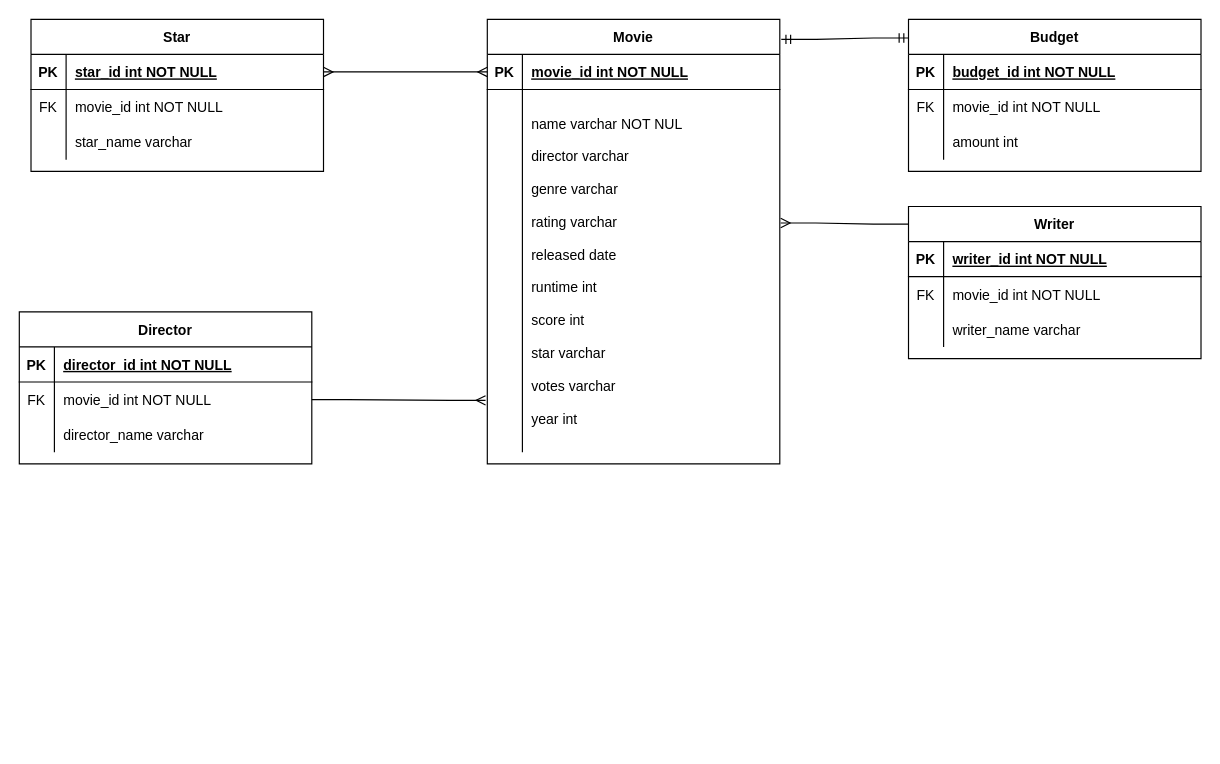
Before: ERD.drawio.xml in pateldeep99/ERD, a draw.io diagram. Source tidied: cells renumbered, new cells numbered last; positions are measured from the earlier drawing's top-left corner, leaving out a move shared by most shapes. Both pictures are drawn from the tidied source at 117%, with x=0, y=0 at pixel (19, 19).
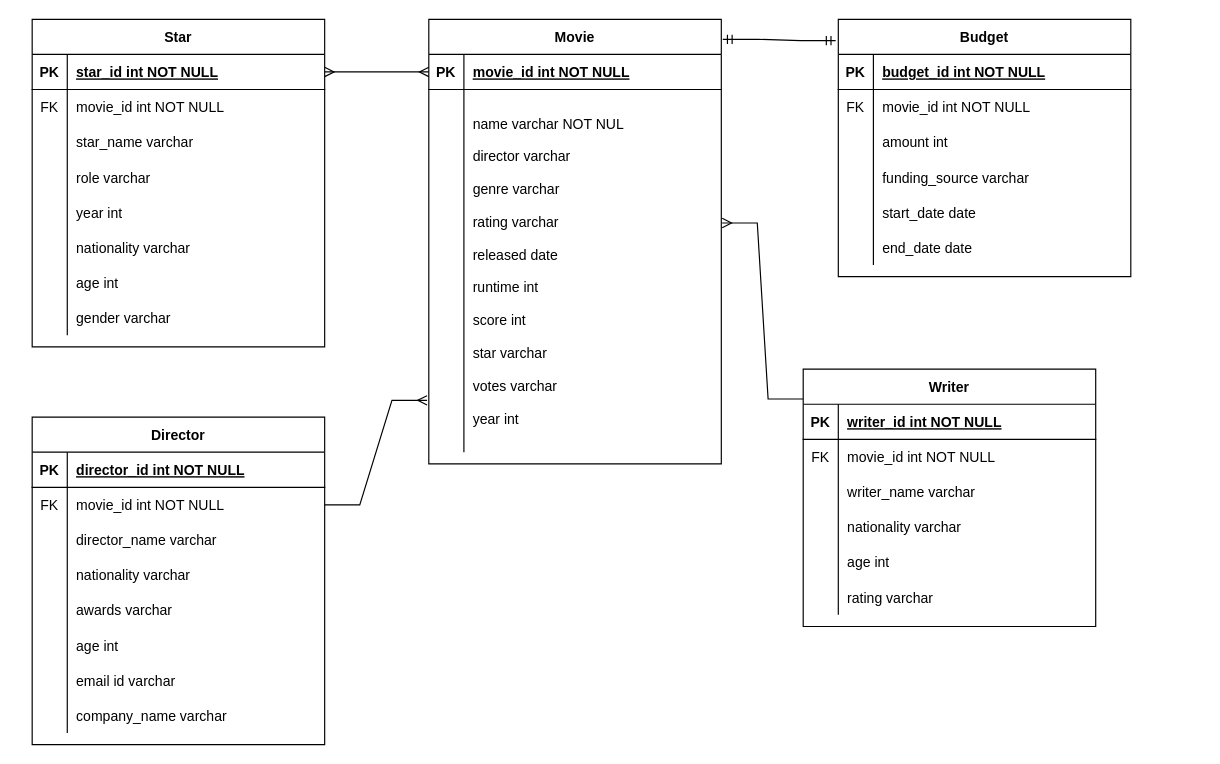
The same page after the edit.

Change to the diagram source:
```diff
@@
     <mxCell id="2" value="Budget" style="shape=table;startSize=30;childLayout=tableLayout;rowLines=0;fontStyle=1;align=center;" parent="1" vertex="1">
-      <mxGeometry x="760" width="250" height="130" as="geometry" />
+      <mxGeometry x="700" width="250" height="220" as="geometry" />
     </mxCell>
@@
+    <mxCell id="53" style="shape=tableRow;horizontal=0;startSize=0;swimlaneHead=0;swimlaneBody=0;fillColor=none;top=0;left=0;right=0;bottom=0;" parent="2" vertex="1">
+      <mxGeometry y="120" width="250" height="30" as="geometry" />
+    </mxCell>
+    <mxCell id="54" style="shape=partialRectangle;fillColor=none;top=0;left=0;bottom=0;right=0;overflow=hidden;" parent="53" vertex="1">
+      <mxGeometry width="30" height="30" as="geometry" />
+    </mxCell>
+    <mxCell id="55" value="funding_source varchar" style="shape=partialRectangle;fillColor=none;top=0;left=0;bottom=0;right=0;align=left;spacingLeft=6;overflow=hidden;" parent="53" vertex="1">
+      <mxGeometry x="30" width="220" height="30" as="geometry" />
+    </mxCell>
+    <mxCell id="56" style="shape=tableRow;horizontal=0;startSize=0;swimlaneHead=0;swimlaneBody=0;fillColor=none;top=0;left=0;right=0;bottom=0;" parent="2" vertex="1">
+      <mxGeometry y="150" width="250" height="30" as="geometry" />
+    </mxCell>
+    <mxCell id="57" style="shape=partialRectangle;fillColor=none;top=0;left=0;bottom=0;right=0;overflow=hidden;" parent="56" vertex="1">
+      <mxGeometry width="30" height="30" as="geometry" />
+    </mxCell>
+    <mxCell id="58" value="start_date date" style="shape=partialRectangle;fillColor=none;top=0;left=0;bottom=0;right=0;align=left;spacingLeft=6;overflow=hidden;" parent="56" vertex="1">
+      <mxGeometry x="30" width="220" height="30" as="geometry" />
+    </mxCell>
+    <mxCell id="59" style="shape=tableRow;horizontal=0;startSize=0;swimlaneHead=0;swimlaneBody=0;fillColor=none;top=0;left=0;right=0;bottom=0;" parent="2" vertex="1">
+      <mxGeometry y="180" width="250" height="30" as="geometry" />
+    </mxCell>
+    <mxCell id="60" style="shape=partialRectangle;fillColor=none;top=0;left=0;bottom=0;right=0;overflow=hidden;" parent="59" vertex="1">
+      <mxGeometry width="30" height="30" as="geometry" />
+    </mxCell>
+    <mxCell id="61" value="end_date date" style="shape=partialRectangle;fillColor=none;top=0;left=0;bottom=0;right=0;align=left;spacingLeft=6;overflow=hidden;" parent="59" vertex="1">
+      <mxGeometry x="30" width="220" height="30" as="geometry" />
+    </mxCell>
     <mxCell id="12" value="Movie" style="shape=table;startSize=30;childLayout=tableLayout;rowLines=0;fontStyle=1;align=center;" parent="1" vertex="1">
-      <mxGeometry x="400" width="250" height="380" as="geometry" />
+      <mxGeometry x="350" width="250" height="380" as="geometry" />
     </mxCell>
@@
     <mxCell id="19" value="Writer" style="shape=table;startSize=30;childLayout=tableLayout;rowLines=0;fontStyle=1;align=center;" parent="1" vertex="1">
-      <mxGeometry x="760" y="160" width="250" height="130" as="geometry" />
+      <mxGeometry x="670" y="299" width="250" height="220" as="geometry" />
     </mxCell>
@@
+    <mxCell id="62" style="shape=tableRow;horizontal=0;startSize=0;swimlaneHead=0;swimlaneBody=0;fillColor=none;top=0;left=0;right=0;bottom=0;" parent="19" vertex="1">
+      <mxGeometry y="120" width="250" height="30" as="geometry" />
+    </mxCell>
+    <mxCell id="63" style="shape=partialRectangle;fillColor=none;top=0;left=0;bottom=0;right=0;overflow=hidden;" parent="62" vertex="1">
+      <mxGeometry width="30" height="30" as="geometry" />
+    </mxCell>
+    <mxCell id="64" value="nationality varchar" style="shape=partialRectangle;fillColor=none;top=0;left=0;bottom=0;right=0;align=left;spacingLeft=6;overflow=hidden;" parent="62" vertex="1">
+      <mxGeometry x="30" width="220" height="30" as="geometry" />
+    </mxCell>
+    <mxCell id="65" style="shape=tableRow;horizontal=0;startSize=0;swimlaneHead=0;swimlaneBody=0;fillColor=none;top=0;left=0;right=0;bottom=0;" parent="19" vertex="1">
+      <mxGeometry y="150" width="250" height="30" as="geometry" />
+    </mxCell>
+    <mxCell id="66" style="shape=partialRectangle;fillColor=none;top=0;left=0;bottom=0;right=0;overflow=hidden;" parent="65" vertex="1">
+      <mxGeometry width="30" height="30" as="geometry" />
+    </mxCell>
+    <mxCell id="67" value="age int" style="shape=partialRectangle;fillColor=none;top=0;left=0;bottom=0;right=0;align=left;spacingLeft=6;overflow=hidden;" parent="65" vertex="1">
+      <mxGeometry x="30" width="220" height="30" as="geometry" />
+    </mxCell>
+    <mxCell id="68" style="shape=tableRow;horizontal=0;startSize=0;swimlaneHead=0;swimlaneBody=0;fillColor=none;top=0;left=0;right=0;bottom=0;" parent="19" vertex="1">
+      <mxGeometry y="180" width="250" height="30" as="geometry" />
+    </mxCell>
+    <mxCell id="69" style="shape=partialRectangle;fillColor=none;top=0;left=0;bottom=0;right=0;overflow=hidden;" parent="68" vertex="1">
+      <mxGeometry width="30" height="30" as="geometry" />
+    </mxCell>
+    <mxCell id="70" value="rating varchar" style="shape=partialRectangle;fillColor=none;top=0;left=0;bottom=0;right=0;align=left;spacingLeft=6;overflow=hidden;" parent="68" vertex="1">
+      <mxGeometry x="30" width="220" height="30" as="geometry" />
+    </mxCell>
     <mxCell id="29" value="Director" style="shape=table;startSize=30;childLayout=tableLayout;rowLines=0;fontStyle=1;align=center;" parent="1" vertex="1">
-      <mxGeometry y="250" width="250" height="130" as="geometry" />
+      <mxGeometry x="11" y="340" width="250" height="280" as="geometry" />
     </mxCell>
@@
+    <mxCell id="71" style="shape=tableRow;horizontal=0;startSize=0;swimlaneHead=0;swimlaneBody=0;fillColor=none;top=0;left=0;right=0;bottom=0;" parent="29" vertex="1">
+      <mxGeometry y="120" width="250" height="30" as="geometry" />
+    </mxCell>
+    <mxCell id="72" style="shape=partialRectangle;fillColor=none;top=0;left=0;bottom=0;right=0;overflow=hidden;" parent="71" vertex="1">
+      <mxGeometry width="30" height="30" as="geometry" />
+    </mxCell>
+    <mxCell id="73" value="nationality varchar" style="shape=partialRectangle;fillColor=none;top=0;left=0;bottom=0;right=0;align=left;spacingLeft=6;overflow=hidden;" parent="71" vertex="1">
+      <mxGeometry x="30" width="220" height="30" as="geometry" />
+    </mxCell>
+    <mxCell id="74" style="shape=tableRow;horizontal=0;startSize=0;swimlaneHead=0;swimlaneBody=0;fillColor=none;top=0;left=0;right=0;bottom=0;" parent="29" vertex="1">
+      <mxGeometry y="150" width="250" height="30" as="geometry" />
+    </mxCell>
+    <mxCell id="75" style="shape=partialRectangle;fillColor=none;top=0;left=0;bottom=0;right=0;overflow=hidden;" parent="74" vertex="1">
+      <mxGeometry width="30" height="30" as="geometry" />
+    </mxCell>
+    <mxCell id="76" value="awards varchar" style="shape=partialRectangle;fillColor=none;top=0;left=0;bottom=0;right=0;align=left;spacingLeft=6;overflow=hidden;" parent="74" vertex="1">
+      <mxGeometry x="30" width="220" height="30" as="geometry" />
+    </mxCell>
+    <mxCell id="77" style="shape=tableRow;horizontal=0;startSize=0;swimlaneHead=0;swimlaneBody=0;fillColor=none;top=0;left=0;right=0;bottom=0;" parent="29" vertex="1">
+      <mxGeometry y="180" width="250" height="30" as="geometry" />
+    </mxCell>
+    <mxCell id="78" style="shape=partialRectangle;fillColor=none;top=0;left=0;bottom=0;right=0;overflow=hidden;" parent="77" vertex="1">
+      <mxGeometry width="30" height="30" as="geometry" />
+    </mxCell>
+    <mxCell id="79" value="age int" style="shape=partialRectangle;fillColor=none;top=0;left=0;bottom=0;right=0;align=left;spacingLeft=6;overflow=hidden;" parent="77" vertex="1">
+      <mxGeometry x="30" width="220" height="30" as="geometry" />
+    </mxCell>
+    <mxCell id="80" style="shape=tableRow;horizontal=0;startSize=0;swimlaneHead=0;swimlaneBody=0;fillColor=none;top=0;left=0;right=0;bottom=0;" parent="29" vertex="1">
+      <mxGeometry y="210" width="250" height="30" as="geometry" />
+    </mxCell>
+    <mxCell id="81" style="shape=partialRectangle;fillColor=none;top=0;left=0;bottom=0;right=0;overflow=hidden;" parent="80" vertex="1">
+      <mxGeometry width="30" height="30" as="geometry" />
+    </mxCell>
+    <mxCell id="82" value="email id varchar" style="shape=partialRectangle;fillColor=none;top=0;left=0;bottom=0;right=0;align=left;spacingLeft=6;overflow=hidden;" parent="80" vertex="1">
+      <mxGeometry x="30" width="220" height="30" as="geometry" />
+    </mxCell>
+    <mxCell id="83" style="shape=tableRow;horizontal=0;startSize=0;swimlaneHead=0;swimlaneBody=0;fillColor=none;top=0;left=0;right=0;bottom=0;" parent="29" vertex="1">
+      <mxGeometry y="240" width="250" height="30" as="geometry" />
+    </mxCell>
+    <mxCell id="84" style="shape=partialRectangle;fillColor=none;top=0;left=0;bottom=0;right=0;overflow=hidden;" parent="83" vertex="1">
+      <mxGeometry width="30" height="30" as="geometry" />
+    </mxCell>
+    <mxCell id="85" value="company_name varchar" style="shape=partialRectangle;fillColor=none;top=0;left=0;bottom=0;right=0;align=left;spacingLeft=6;overflow=hidden;" parent="83" vertex="1">
+      <mxGeometry x="30" width="220" height="30" as="geometry" />
+    </mxCell>
     <mxCell id="39" value="Star" style="shape=table;startSize=30;childLayout=tableLayout;rowLines=0;fontStyle=1;align=center;" parent="1" vertex="1">
-      <mxGeometry x="10" width="250" height="130" as="geometry" />
+      <mxGeometry x="11" width="250" height="280" as="geometry" />
     </mxCell>
@@
+    <mxCell id="86" style="shape=tableRow;horizontal=0;startSize=0;swimlaneHead=0;swimlaneBody=0;fillColor=none;top=0;left=0;right=0;bottom=0;" parent="39" vertex="1">
+      <mxGeometry y="120" width="250" height="30" as="geometry" />
+    </mxCell>
+    <mxCell id="87" style="shape=partialRectangle;fillColor=none;top=0;left=0;bottom=0;right=0;overflow=hidden;" parent="86" vertex="1">
+      <mxGeometry width="30" height="30" as="geometry" />
+    </mxCell>
+    <mxCell id="88" value="role varchar" style="shape=partialRectangle;fillColor=none;top=0;left=0;bottom=0;right=0;align=left;spacingLeft=6;overflow=hidden;" parent="86" vertex="1">
+      <mxGeometry x="30" width="220" height="30" as="geometry" />
+    </mxCell>
+    <mxCell id="89" style="shape=tableRow;horizontal=0;startSize=0;swimlaneHead=0;swimlaneBody=0;fillColor=none;top=0;left=0;right=0;bottom=0;" parent="39" vertex="1">
+      <mxGeometry y="150" width="250" height="30" as="geometry" />
+    </mxCell>
+    <mxCell id="90" style="shape=partialRectangle;fillColor=none;top=0;left=0;bottom=0;right=0;overflow=hidden;" parent="89" vertex="1">
+      <mxGeometry width="30" height="30" as="geometry" />
+    </mxCell>
+    <mxCell id="91" value="year int" style="shape=partialRectangle;fillColor=none;top=0;left=0;bottom=0;right=0;align=left;spacingLeft=6;overflow=hidden;" parent="89" vertex="1">
+      <mxGeometry x="30" width="220" height="30" as="geometry" />
+    </mxCell>
+    <mxCell id="92" style="shape=tableRow;horizontal=0;startSize=0;swimlaneHead=0;swimlaneBody=0;fillColor=none;top=0;left=0;right=0;bottom=0;" parent="39" vertex="1">
+      <mxGeometry y="180" width="250" height="30" as="geometry" />
+    </mxCell>
+    <mxCell id="93" style="shape=partialRectangle;fillColor=none;top=0;left=0;bottom=0;right=0;overflow=hidden;" parent="92" vertex="1">
+      <mxGeometry width="30" height="30" as="geometry" />
+    </mxCell>
+    <mxCell id="94" value="nationality varchar" style="shape=partialRectangle;fillColor=none;top=0;left=0;bottom=0;right=0;align=left;spacingLeft=6;overflow=hidden;" parent="92" vertex="1">
+      <mxGeometry x="30" width="220" height="30" as="geometry" />
+    </mxCell>
+    <mxCell id="95" style="shape=tableRow;horizontal=0;startSize=0;swimlaneHead=0;swimlaneBody=0;fillColor=none;top=0;left=0;right=0;bottom=0;" parent="39" vertex="1">
+      <mxGeometry y="210" width="250" height="30" as="geometry" />
+    </mxCell>
+    <mxCell id="96" style="shape=partialRectangle;fillColor=none;top=0;left=0;bottom=0;right=0;overflow=hidden;" parent="95" vertex="1">
+      <mxGeometry width="30" height="30" as="geometry" />
+    </mxCell>
+    <mxCell id="97" value="age int" style="shape=partialRectangle;fillColor=none;top=0;left=0;bottom=0;right=0;align=left;spacingLeft=6;overflow=hidden;" parent="95" vertex="1">
+      <mxGeometry x="30" width="220" height="30" as="geometry" />
+    </mxCell>
+    <mxCell id="98" style="shape=tableRow;horizontal=0;startSize=0;swimlaneHead=0;swimlaneBody=0;fillColor=none;top=0;left=0;right=0;bottom=0;" parent="39" vertex="1">
+      <mxGeometry y="240" width="250" height="30" as="geometry" />
+    </mxCell>
+    <mxCell id="99" style="shape=partialRectangle;fillColor=none;top=0;left=0;bottom=0;right=0;overflow=hidden;" parent="98" vertex="1">
+      <mxGeometry width="30" height="30" as="geometry" />
+    </mxCell>
+    <mxCell id="100" value="gender varchar" style="shape=partialRectangle;fillColor=none;top=0;left=0;bottom=0;right=0;align=left;spacingLeft=6;overflow=hidden;" parent="98" vertex="1">
+      <mxGeometry x="30" width="220" height="30" as="geometry" />
+    </mxCell>
@@
-    <mxCell id="52" style="edgeStyle=entityRelationEdgeStyle;fontSize=12;html=1;endArrow=ERmandOne;startArrow=ERmandOne;rounded=0;exitX=1.005;exitY=0.045;exitDx=0;exitDy=0;exitPerimeter=0;" parent="1" edge="1" source="12">
-      <mxGeometry relative="1" as="geometry">
-        <mxPoint x="760" y="16" as="targetPoint" />
-      </mxGeometry>
+    <mxCell id="52" style="edgeStyle=entityRelationEdgeStyle;fontSize=12;html=1;endArrow=ERmandOne;startArrow=ERmandOne;rounded=0;exitX=1.005;exitY=0.045;exitDx=0;exitDy=0;exitPerimeter=0;entryX=-0.009;entryY=0.083;entryDx=0;entryDy=0;entryPerimeter=0;" parent="1" edge="1" source="12" target="2">
+      <mxGeometry relative="1" as="geometry" />
     </mxCell>
```
